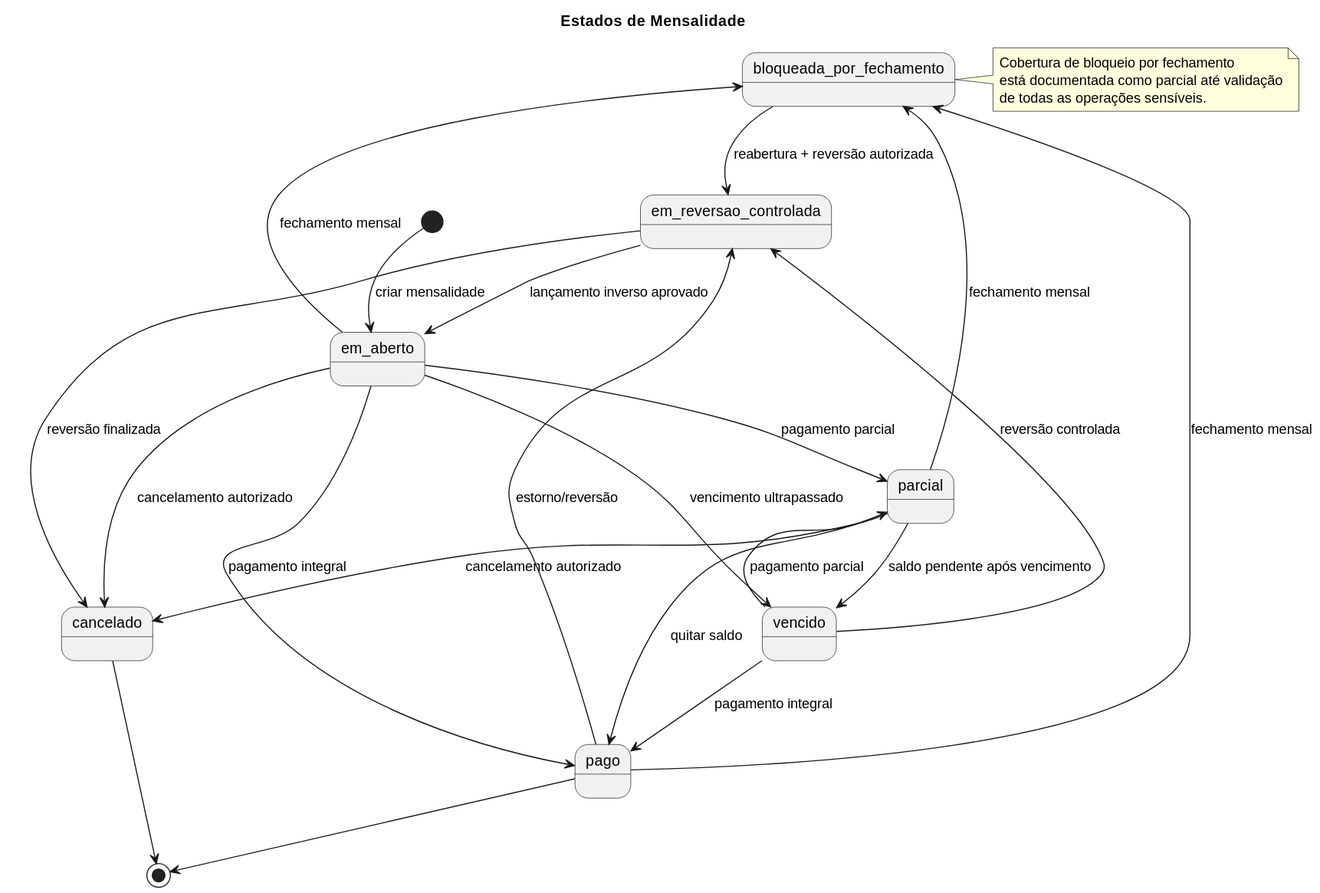
This is docs/uml/svg/sources/07-estados-mensalidade.svg from pxdroarth/gym-system, a PlantUML export, as it was before one commit. Source of this version:
```plantuml
@startuml
title Estados de Mensalidade
skinparam shadowing false

[*] --> em_aberto : criar mensalidade

em_aberto --> parcial : pagamento parcial
em_aberto --> pago : pagamento integral
em_aberto --> vencido : vencimento ultrapassado
em_aberto --> cancelado : cancelamento autorizado
em_aberto --> bloqueada_por_fechamento : fechamento mensal

parcial --> pago : quitar saldo
parcial --> vencido : saldo pendente após vencimento
parcial --> cancelado : cancelamento autorizado
parcial --> bloqueada_por_fechamento : fechamento mensal

vencido --> parcial : pagamento parcial
vencido --> pago : pagamento integral
vencido --> em_reversao_controlada : reversão controlada

pago --> em_reversao_controlada : estorno/reversão
pago --> bloqueada_por_fechamento : fechamento mensal

bloqueada_por_fechamento --> em_reversao_controlada : reabertura + reversão autorizada
em_reversao_controlada --> em_aberto : lançamento inverso aprovado
em_reversao_controlada --> cancelado : reversão finalizada

cancelado --> [*]
pago --> [*]

note right of bloqueada_por_fechamento
Cobertura de bloqueio por fechamento
está documentada como parcial até validação
de todas as operações sensíveis.
end note
@enduml
```
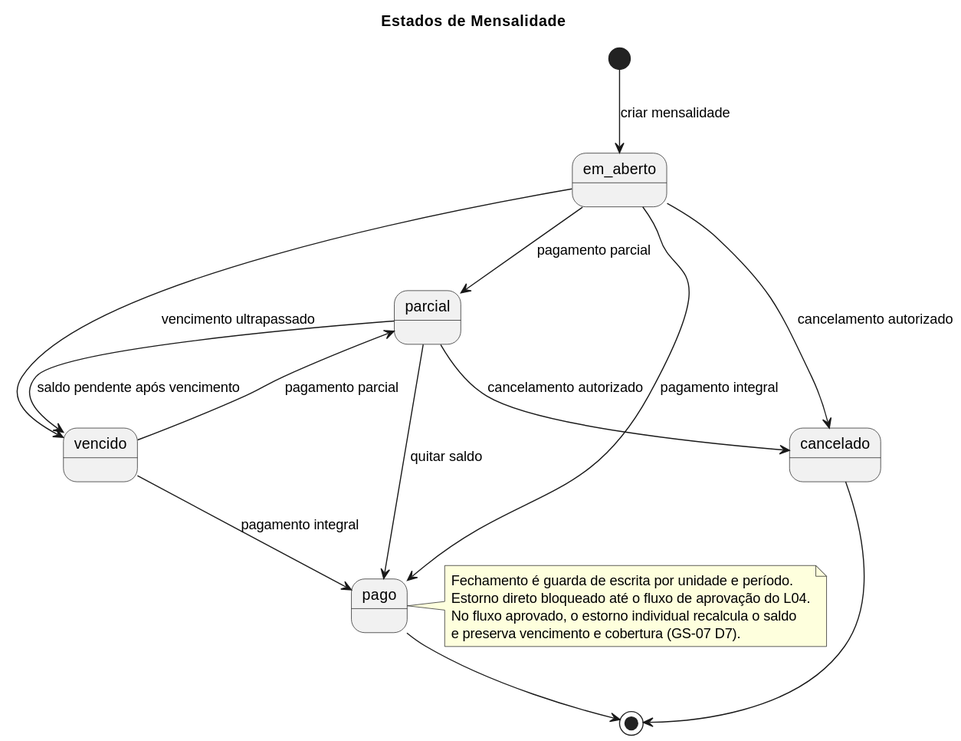
The same diagram one commit later.

Change to the diagram source:
```diff
@@ -8,30 +8,21 @@
 em_aberto --> pago : pagamento integral
 em_aberto --> vencido : vencimento ultrapassado
 em_aberto --> cancelado : cancelamento autorizado
-em_aberto --> bloqueada_por_fechamento : fechamento mensal
 
 parcial --> pago : quitar saldo
 parcial --> vencido : saldo pendente após vencimento
 parcial --> cancelado : cancelamento autorizado
-parcial --> bloqueada_por_fechamento : fechamento mensal
 
 vencido --> parcial : pagamento parcial
 vencido --> pago : pagamento integral
-vencido --> em_reversao_controlada : reversão controlada
-
-pago --> em_reversao_controlada : estorno/reversão
-pago --> bloqueada_por_fechamento : fechamento mensal
-
-bloqueada_por_fechamento --> em_reversao_controlada : reabertura + reversão autorizada
-em_reversao_controlada --> em_aberto : lançamento inverso aprovado
-em_reversao_controlada --> cancelado : reversão finalizada
 
 cancelado --> [*]
 pago --> [*]
 
-note right of bloqueada_por_fechamento
-Cobertura de bloqueio por fechamento
-está documentada como parcial até validação
-de todas as operações sensíveis.
+note right of pago
+Fechamento é guarda de escrita por unidade e período.
+Estorno direto bloqueado até o fluxo de aprovação do L04.
+No fluxo aprovado, o estorno individual recalcula o saldo
+e preserva vencimento e cobertura (GS-07 D7).
 end note
 @enduml
```
